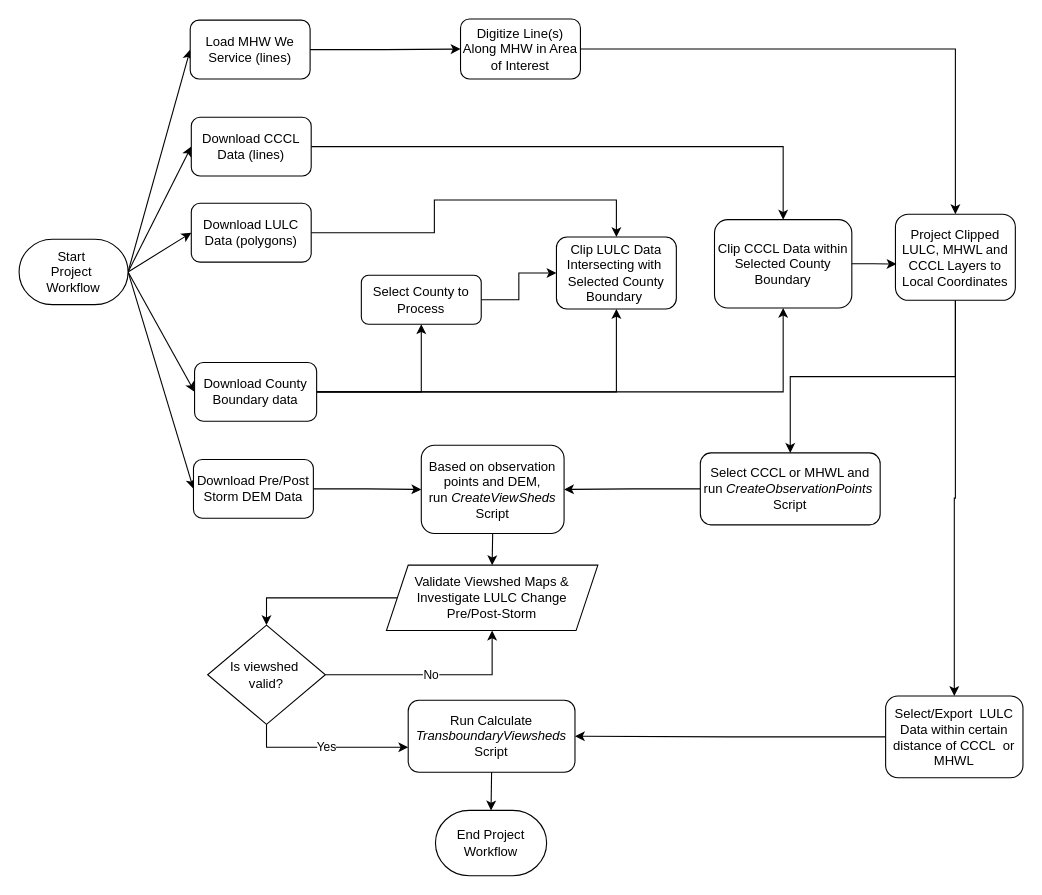
Earlier version of the draw.io diagram ProjectWorkflow.drawio (RAIN-LX/ViewshedCalculator). Source tidied: cells renumbered, new cells numbered last; positions are measured from the earlier drawing's top-left corner, leaving out a move shared by most shapes. Both pictures are drawn from the tidied source at 109%, with x=0, y=0 at pixel (19, 19).
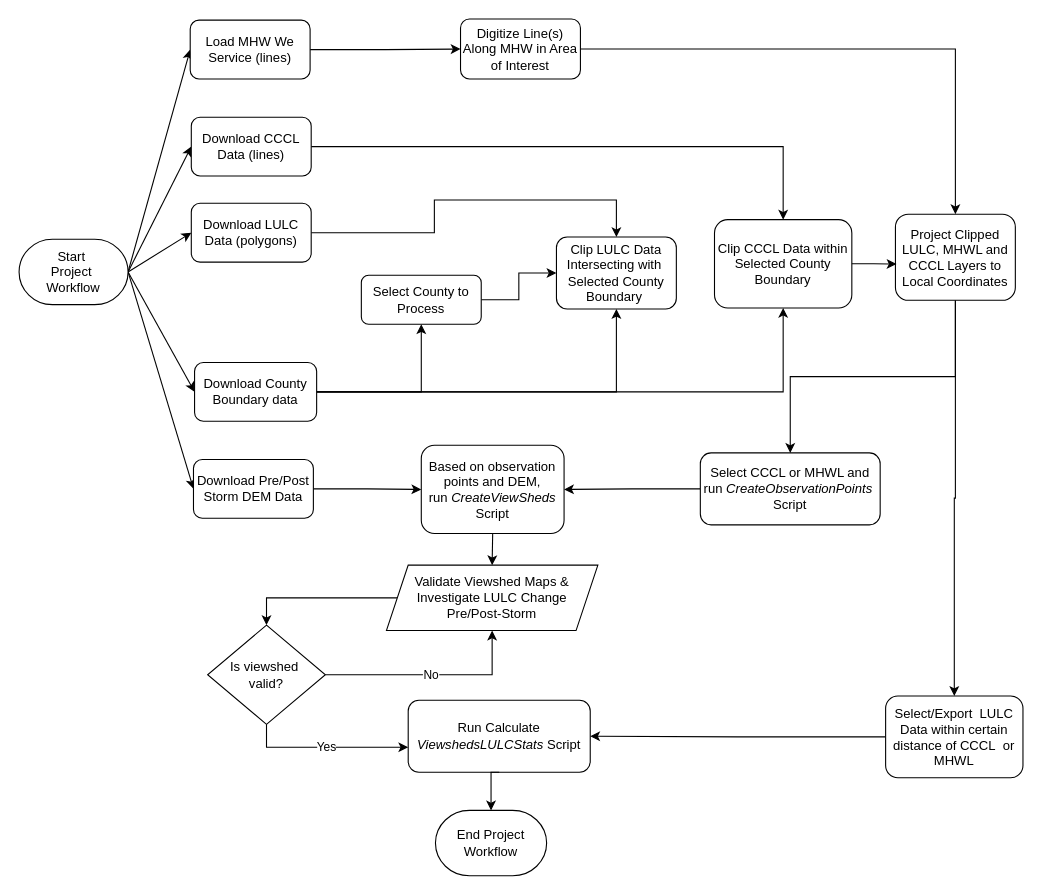
Above is the later version.

What changed in the source:
```diff
@@
-    <mxCell id="28" value="&lt;div&gt;Run Calculate &lt;i&gt;TransboundaryViewsheds &lt;/i&gt;Script&lt;/div&gt;" style="rounded=1;whiteSpace=wrap;html=1;" parent="1" vertex="1">
-      <mxGeometry x="357" y="625" width="153" height="66" as="geometry" />
+    <mxCell id="28" value="&lt;div&gt;Run Calculate &lt;i&gt;ViewshedsLULCStats&amp;nbsp;&lt;/i&gt;Script&lt;/div&gt;" style="rounded=1;whiteSpace=wrap;html=1;" parent="1" vertex="1">
+      <mxGeometry x="357" y="625" width="167" height="66" as="geometry" />
     </mxCell>
```
